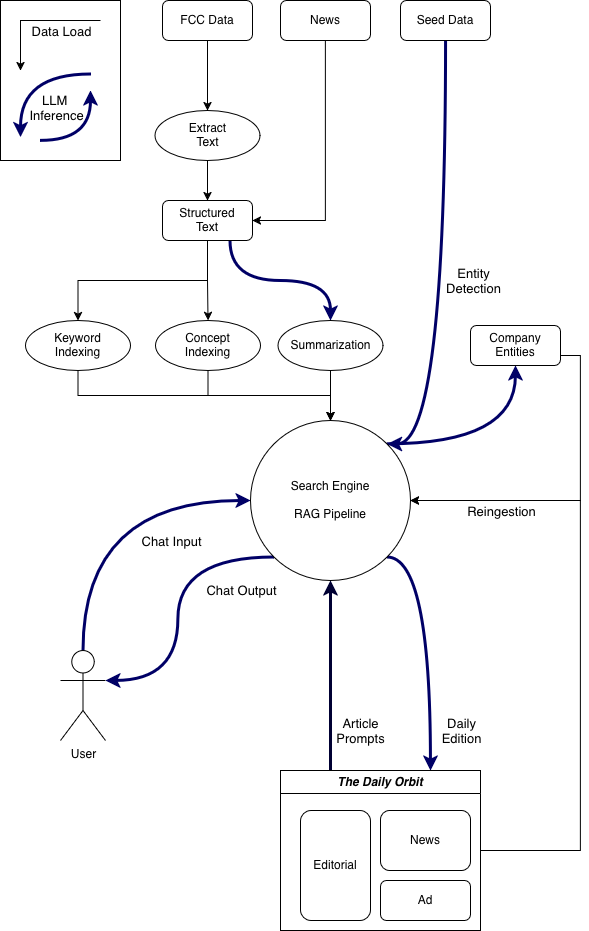
Above: doc/design/daily-orbit-data-flow.png in benton/dailyorbit (draw.io), before the change. Source tidied: cells renumbered, new cells last; positions are measured from the earlier drawing's top-left corner, leaving out a move shared by most shapes.
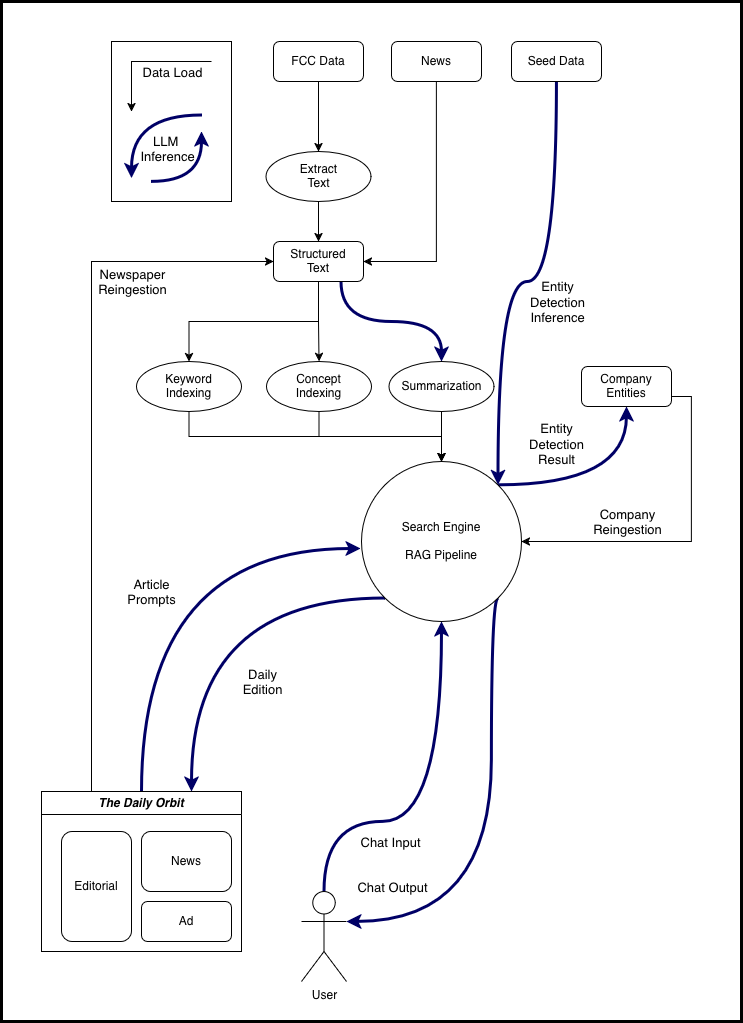
The same diagram one commit later.

Commit message:
update data flow diagram

What changed in the source:
```diff
@@ -2,16 +2,20 @@
   <root>
     <mxCell id="0" />
     <mxCell id="1" parent="0" />
+    <mxCell id="47" style="rounded=0;whiteSpace=wrap;html=1;strokeWidth=3;" parent="1" vertex="1">
+      <mxGeometry x="-110" y="-40" width="740" height="1020" as="geometry" />
+    </mxCell>
     <mxCell id="2" style="edgeStyle=orthogonalEdgeStyle;rounded=0;jettySize=auto;html=1;strokeWidth=3;curved=1;strokeColor=#000066;exitX=0.5;exitY=1;exitDx=0;exitDy=0;entryX=1;entryY=0;entryDx=0;entryDy=0;" parent="1" edge="1" source="4" target="26">
       <mxGeometry relative="1" as="geometry">
         <Array as="points">
-          <mxPoint x="445" y="443" />
+          <mxPoint x="445" y="240" />
+          <mxPoint x="387" y="240" />
         </Array>
       </mxGeometry>
     </mxCell>
-    <mxCell id="3" value="&lt;font style=&quot;font-size: 13px;&quot;&gt;Entity&lt;br&gt;Detection&lt;/font&gt;" style="edgeLabel;html=1;align=center;verticalAlign=middle;labelBackgroundColor=none;" parent="2" vertex="1">
+    <mxCell id="3" value="&lt;font style=&quot;font-size: 13px;&quot;&gt;Entity&lt;br&gt;&lt;/font&gt;&lt;div&gt;&lt;font style=&quot;font-size: 13px;&quot;&gt;Detection&lt;/font&gt;&lt;/div&gt;&lt;font style=&quot;font-size: 13px;&quot;&gt;Inference&lt;/font&gt;" style="edgeLabel;html=1;align=center;verticalAlign=middle;labelBackgroundColor=none;" parent="2" vertex="1">
       <mxGeometry x="-0.17" y="2" relative="1" as="geometry">
-        <mxPoint x="25" y="48" as="offset" />
+        <mxPoint x="-2" y="28" as="offset" />
       </mxGeometry>
     </mxCell>
     <mxCell id="4" value="&lt;div&gt;Seed Data&lt;/div&gt;" style="rounded=1;whiteSpace=wrap;html=1;" parent="1" vertex="1">
@@ -68,24 +72,34 @@
     <mxCell id="21" style="edgeStyle=orthogonalEdgeStyle;rounded=0;jettySize=auto;html=1;entryX=0.5;entryY=1;entryDx=0;entryDy=0;curved=1;strokeWidth=3;strokeColor=#000066;exitX=1;exitY=0;exitDx=0;exitDy=0;" parent="1" edge="1" source="26" target="28">
       <mxGeometry relative="1" as="geometry" />
     </mxCell>
+    <mxCell id="48" value="&lt;font style=&quot;font-size: 13px;&quot;&gt;Entity&lt;br&gt;&lt;/font&gt;&lt;div&gt;&lt;font style=&quot;font-size: 13px;&quot;&gt;Detection&lt;/font&gt;&lt;/div&gt;&lt;font style=&quot;font-size: 13px;&quot;&gt;Result&lt;/font&gt;" style="edgeLabel;html=1;align=center;verticalAlign=middle;labelBackgroundColor=none;" parent="21" vertex="1">
+      <mxGeometry x="-0.11" y="11" relative="1" as="geometry">
+        <mxPoint x="-34" y="-30" as="offset" />
+      </mxGeometry>
+    </mxCell>
-    <mxCell id="22" style="edgeStyle=orthogonalEdgeStyle;rounded=0;jettySize=auto;html=1;curved=1;strokeColor=#000066;strokeWidth=3;exitX=0;exitY=1;exitDx=0;exitDy=0;entryX=1;entryY=0.3333333333333333;entryDx=0;entryDy=0;entryPerimeter=0;" parent="1" edge="1" source="26" target="31">
-      <mxGeometry relative="1" as="geometry" />
+    <mxCell id="22" style="edgeStyle=orthogonalEdgeStyle;rounded=0;jettySize=auto;html=1;curved=1;strokeColor=#000066;strokeWidth=3;exitX=1;exitY=1;exitDx=0;exitDy=0;entryX=1;entryY=0.3333333333333333;entryDx=0;entryDy=0;entryPerimeter=0;" parent="1" edge="1" source="26" target="31">
+      <mxGeometry relative="1" as="geometry">
+        <Array as="points">
+          <mxPoint x="380" y="557" />
+          <mxPoint x="380" y="880" />
+        </Array>
+      </mxGeometry>
     </mxCell>
     <mxCell id="23" value="&lt;font style=&quot;font-size: 13px;&quot;&gt;Chat Output&lt;/font&gt;" style="edgeLabel;html=1;align=center;verticalAlign=middle;labelBackgroundColor=none;" parent="22" vertex="1">
       <mxGeometry x="0.07" y="-2" relative="1" as="geometry">
-        <mxPoint x="65" y="-27" as="offset" />
+        <mxPoint x="-98" y="41" as="offset" />
       </mxGeometry>
     </mxCell>
-    <mxCell id="24" style="edgeStyle=orthogonalEdgeStyle;rounded=0;jettySize=auto;html=1;entryX=0.75;entryY=0;entryDx=0;entryDy=0;exitX=1;exitY=1;exitDx=0;exitDy=0;curved=1;strokeColor=#000066;strokeWidth=3;" parent="1" edge="1" source="26" target="36">
+    <mxCell id="24" style="edgeStyle=orthogonalEdgeStyle;rounded=0;jettySize=auto;html=1;entryX=0.75;entryY=0;entryDx=0;entryDy=0;exitX=0;exitY=1;exitDx=0;exitDy=0;curved=1;strokeColor=#000066;strokeWidth=3;" parent="1" edge="1" source="26" target="36">
       <mxGeometry relative="1" as="geometry">
         <Array as="points">
-          <mxPoint x="430" y="557" />
+          <mxPoint x="80" y="557" />
         </Array>
       </mxGeometry>
     </mxCell>
     <mxCell id="25" value="&lt;div&gt;&lt;font style=&quot;font-size: 13px;&quot;&gt;Daily&lt;/font&gt;&lt;/div&gt;&lt;div&gt;&lt;font style=&quot;font-size: 13px;&quot;&gt;Edition&lt;/font&gt;&lt;/div&gt;" style="edgeLabel;html=1;align=center;verticalAlign=middle;labelBackgroundColor=none;" parent="24" vertex="1">
       <mxGeometry x="0.59" y="-13" relative="1" as="geometry">
-        <mxPoint x="43" y="13" as="offset" />
+        <mxPoint x="83" y="-31" as="offset" />
       </mxGeometry>
     </mxCell>
     <mxCell id="26" value="&lt;div&gt;Search Engine&lt;/div&gt;&lt;div&gt;&lt;br&gt;&lt;/div&gt;&lt;div&gt;RAG Pipeline&lt;/div&gt;" style="ellipse;whiteSpace=wrap;html=1;" parent="1" vertex="1">
@@ -94,43 +108,48 @@
     <mxCell id="27" style="edgeStyle=orthogonalEdgeStyle;rounded=0;jettySize=auto;html=1;entryX=1;entryY=0.5;entryDx=0;entryDy=0;exitX=1;exitY=0.75;exitDx=0;exitDy=0;" parent="1" edge="1" source="28" target="26">
       <mxGeometry relative="1" as="geometry" />
     </mxCell>
+    <mxCell id="49" value="&lt;div&gt;&lt;font style=&quot;font-size: 13px;&quot;&gt;Company&lt;/font&gt;&lt;/div&gt;&lt;div&gt;&lt;font style=&quot;font-size: 13px;&quot;&gt;Reingestion&lt;/font&gt;&lt;/div&gt;" style="edgeLabel;html=1;align=center;verticalAlign=middle;" parent="27" vertex="1">
+      <mxGeometry x="0.37" y="1" relative="1" as="geometry">
+        <mxPoint y="-21" as="offset" />
+      </mxGeometry>
+    </mxCell>
     <mxCell id="28" value="&lt;div&gt;Company&lt;/div&gt;&lt;div&gt;Entities&lt;/div&gt;" style="rounded=1;whiteSpace=wrap;html=1;" parent="1" vertex="1">
       <mxGeometry x="470" y="325" width="90" height="40" as="geometry" />
     </mxCell>
-    <mxCell id="29" style="edgeStyle=orthogonalEdgeStyle;rounded=0;jettySize=auto;html=1;entryX=0;entryY=0.5;entryDx=0;entryDy=0;curved=1;strokeColor=#000066;strokeWidth=3;exitX=0.5;exitY=0;exitDx=0;exitDy=0;exitPerimeter=0;" parent="1" edge="1" source="31" target="26">
-      <mxGeometry relative="1" as="geometry" />
+    <mxCell id="29" style="edgeStyle=orthogonalEdgeStyle;rounded=0;jettySize=auto;html=1;entryX=0.5;entryY=1;entryDx=0;entryDy=0;curved=1;strokeColor=#000066;strokeWidth=3;exitX=0.5;exitY=0;exitDx=0;exitDy=0;exitPerimeter=0;" parent="1" edge="1" source="31" target="26">
+      <mxGeometry relative="1" as="geometry">
+        <Array as="points">
+          <mxPoint x="213" y="780" />
+          <mxPoint x="330" y="780" />
+        </Array>
+      </mxGeometry>
     </mxCell>
     <mxCell id="30" value="&lt;div&gt;&lt;font style=&quot;font-size: 13px;&quot;&gt;Chat Input&lt;/font&gt;&lt;/div&gt;" style="edgeLabel;html=1;align=center;verticalAlign=middle;labelBackgroundColor=none;" parent="29" vertex="1">
       <mxGeometry x="0.09" y="-11" relative="1" as="geometry">
-        <mxPoint x="65" y="29" as="offset" />
+        <mxPoint x="-63" y="44" as="offset" />
       </mxGeometry>
     </mxCell>
     <mxCell id="31" value="&lt;div&gt;User&lt;/div&gt;" style="shape=umlActor;verticalLabelPosition=bottom;verticalAlign=top;html=1;outlineConnect=0;" parent="1" vertex="1">
-      <mxGeometry x="60" y="650" width="45" height="90" as="geometry" />
+      <mxGeometry x="190" y="850" width="45" height="90" as="geometry" />
     </mxCell>
-    <mxCell id="32" style="edgeStyle=orthogonalEdgeStyle;rounded=0;jettySize=auto;html=1;curved=1;strokeColor=#000033;strokeWidth=3;exitX=0.25;exitY=0;exitDx=0;exitDy=0;" parent="1" edge="1" source="36" target="26">
+    <mxCell id="32" style="edgeStyle=orthogonalEdgeStyle;rounded=0;jettySize=auto;html=1;curved=1;strokeColor=#000066;strokeWidth=3;exitX=0.5;exitY=0;exitDx=0;exitDy=0;entryX=-0.006;entryY=0.544;entryDx=0;entryDy=0;entryPerimeter=0;" parent="1" edge="1" source="36" target="26">
       <mxGeometry relative="1" as="geometry" />
     </mxCell>
     <mxCell id="33" value="&lt;div&gt;&lt;font style=&quot;font-size: 13px;&quot;&gt;Article&lt;/font&gt;&lt;/div&gt;&lt;div&gt;&lt;font style=&quot;font-size: 13px;&quot;&gt;Prompts&lt;/font&gt;&lt;/div&gt;" style="edgeLabel;html=1;align=center;verticalAlign=middle;labelBackgroundColor=none;" parent="32" vertex="1">
       <mxGeometry x="0.1" y="-1" relative="1" as="geometry">
-        <mxPoint x="29" y="65" as="offset" />
+        <mxPoint x="-2" y="42" as="offset" />
       </mxGeometry>
     </mxCell>
-    <mxCell id="34" style="edgeStyle=orthogonalEdgeStyle;rounded=0;jettySize=auto;html=1;exitX=1;exitY=0.5;exitDx=0;exitDy=0;entryX=1;entryY=0.5;entryDx=0;entryDy=0;" parent="1" edge="1" source="36" target="26">
-      <mxGeometry relative="1" as="geometry">
-        <Array as="points">
-          <mxPoint x="580" y="850" />
-          <mxPoint x="580" y="500" />
-        </Array>
-      </mxGeometry>
-    </mxCell>
-    <mxCell id="35" value="&lt;font style=&quot;font-size: 13px;&quot;&gt;Reingestion&lt;/font&gt;" style="edgeLabel;html=1;align=center;verticalAlign=middle;labelBackgroundColor=none;" parent="34" vertex="1">
-      <mxGeometry x="0.1" y="-1" relative="1" as="geometry">
-        <mxPoint x="-81" y="-100" as="offset" />
-      </mxGeometry>
-    </mxCell>
+    <mxCell id="50" style="edgeStyle=orthogonalEdgeStyle;rounded=0;jettySize=auto;html=1;entryX=0;entryY=0.5;entryDx=0;entryDy=0;exitX=0.25;exitY=0;exitDx=0;exitDy=0;" parent="1" edge="1" source="36" target="14">
+      <mxGeometry relative="1" as="geometry" />
+    </mxCell>
+    <mxCell id="51" value="&lt;div&gt;&lt;font style=&quot;font-size: 13px;&quot;&gt;Newspaper&lt;/font&gt;&lt;/div&gt;&lt;div&gt;&lt;font style=&quot;font-size: 13px;&quot;&gt;Reingestion&lt;/font&gt;&lt;/div&gt;" style="edgeLabel;html=1;align=center;verticalAlign=middle;labelBackgroundColor=none;" parent="50" vertex="1">
+      <mxGeometry x="0.56" y="-1" relative="1" as="geometry">
+        <mxPoint x="13" y="19" as="offset" />
+      </mxGeometry>
+    </mxCell>
     <mxCell id="36" value="&lt;i&gt;The Daily Orbit&lt;/i&gt;" style="swimlane;whiteSpace=wrap;html=1;" parent="1" vertex="1">
-      <mxGeometry x="280" y="770" width="200" height="160" as="geometry" />
+      <mxGeometry x="-70" y="750" width="200" height="160" as="geometry" />
     </mxCell>
     <mxCell id="37" value="News" style="rounded=1;whiteSpace=wrap;html=1;" parent="36" vertex="1">
       <mxGeometry x="100" y="40" width="90" height="60" as="geometry" />
```
